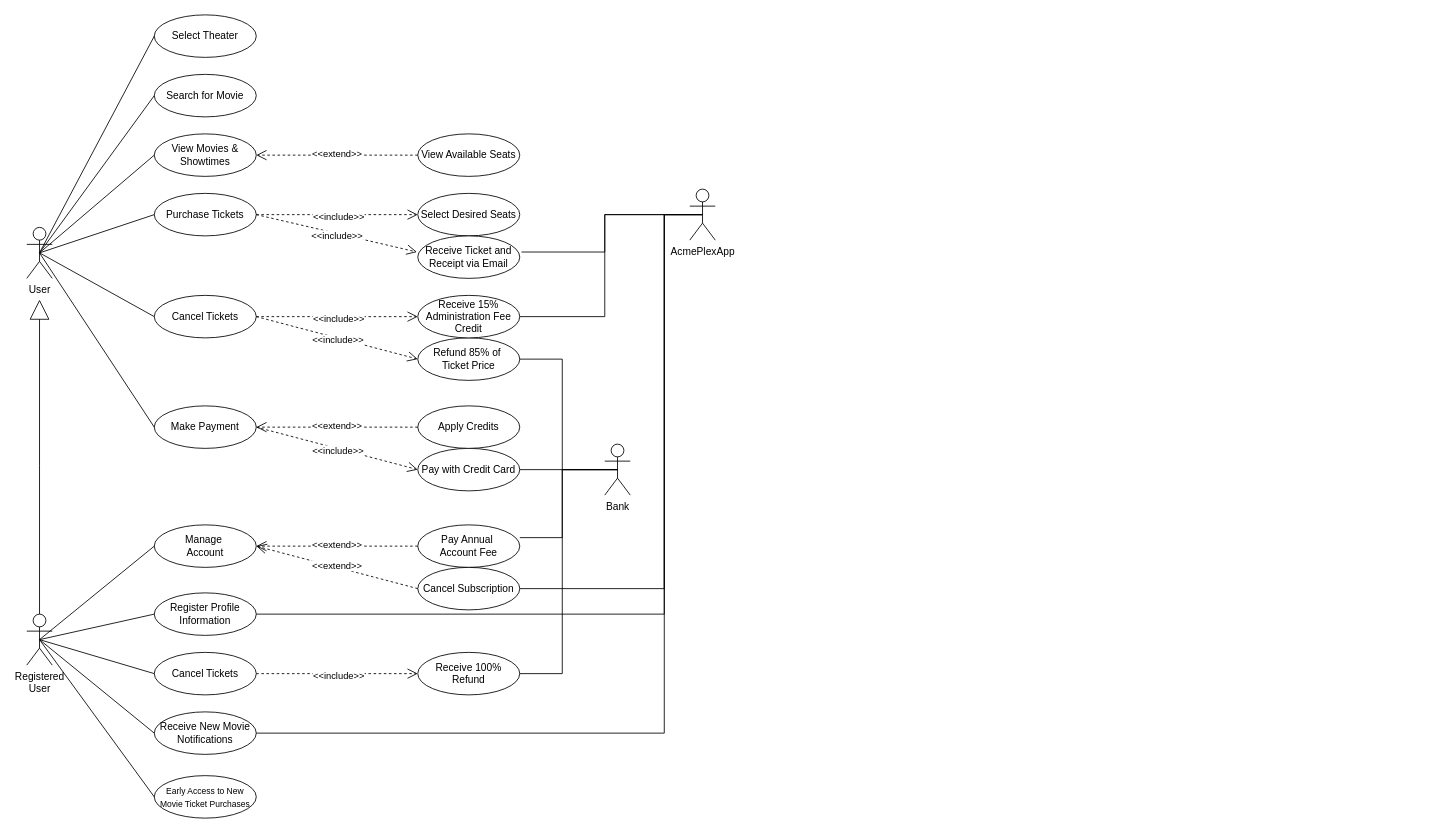
This is Use Case.drawio from AcmePlexApp/documents, a draw.io file, before an edit. Source tidied: cells renumbered, new cells numbered last; positions are measured from the earlier drawing's top-left corner, leaving out a move shared by most shapes. Both pictures are drawn from the tidied source at 85%, with x=0, y=0 at pixel (26, 14).
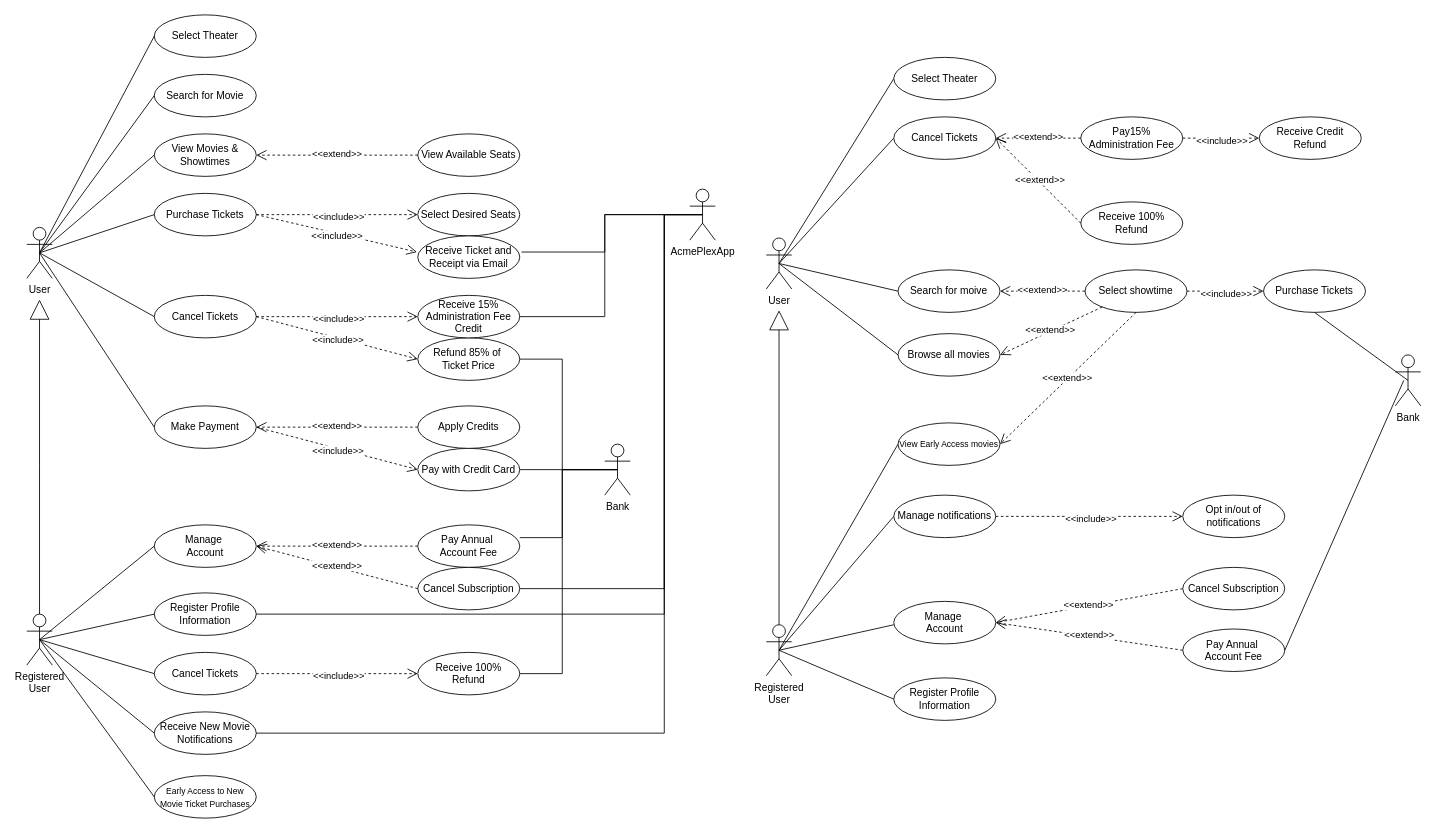
The same diagram, later.

What changed in the source:
```diff
@@
+    <mxCell id="68" style="endArrow=none;html=1;rounded=0;entryX=0.5;entryY=0.5;entryDx=0;entryDy=0;entryPerimeter=0;exitX=0;exitY=0.5;exitDx=0;exitDy=0;" parent="1" edge="1" source="112" target="77">
+      <mxGeometry relative="1" as="geometry" />
+    </mxCell>
+    <mxCell id="69" value="User" style="shape=umlActor;verticalLabelPosition=bottom;verticalAlign=top;html=1;outlineConnect=0;" parent="1" vertex="1">
+      <mxGeometry x="870" y="262.5" width="30" height="60" as="geometry" />
+    </mxCell>
+    <mxCell id="70" style="edgeStyle=orthogonalEdgeStyle;rounded=0;jettySize=auto;html=1;endArrow=block;endFill=0;endSize=21;" parent="1" edge="1" source="77">
+      <mxGeometry relative="1" as="geometry">
+        <mxPoint x="885" y="347.5" as="targetPoint" />
+      </mxGeometry>
+    </mxCell>
+    <mxCell id="71" style="endArrow=none;html=1;rounded=0;entryX=0.5;entryY=0.5;entryDx=0;entryDy=0;entryPerimeter=0;exitX=0;exitY=0.5;exitDx=0;exitDy=0;" parent="1" edge="1" source="79" target="69">
+      <mxGeometry relative="1" as="geometry" />
+    </mxCell>
+    <mxCell id="72" style="endArrow=none;html=1;rounded=0;entryX=0.5;entryY=0.5;entryDx=0;entryDy=0;entryPerimeter=0;exitX=0;exitY=0.5;exitDx=0;exitDy=0;" parent="1" edge="1" source="93" target="69">
+      <mxGeometry relative="1" as="geometry" />
+    </mxCell>
+    <mxCell id="73" style="endArrow=none;html=1;rounded=0;entryX=0.5;entryY=0.5;entryDx=0;entryDy=0;entryPerimeter=0;exitX=0;exitY=0.5;exitDx=0;exitDy=0;" parent="1" edge="1" source="90" target="69">
+      <mxGeometry relative="1" as="geometry" />
+    </mxCell>
+    <mxCell id="74" style="endArrow=none;html=1;rounded=0;entryX=0.5;entryY=0.5;entryDx=0;entryDy=0;entryPerimeter=0;exitX=0;exitY=0.5;exitDx=0;exitDy=0;" parent="1" edge="1" target="77">
+      <mxGeometry relative="1" as="geometry">
+        <mxPoint x="1020" y="717.5" as="sourcePoint" />
+      </mxGeometry>
+    </mxCell>
+    <mxCell id="75" style="endArrow=none;html=1;rounded=0;entryX=0.5;entryY=0.5;entryDx=0;entryDy=0;entryPerimeter=0;exitX=0;exitY=0.5;exitDx=0;exitDy=0;" parent="1" edge="1" source="105" target="77">
+      <mxGeometry relative="1" as="geometry" />
+    </mxCell>
+    <mxCell id="76" style="endArrow=none;html=1;rounded=0;exitX=0;exitY=0.5;exitDx=0;exitDy=0;entryX=0.5;entryY=0.5;entryDx=0;entryDy=0;entryPerimeter=0;" parent="1" edge="1" source="113" target="77">
+      <mxGeometry relative="1" as="geometry" />
+    </mxCell>
+    <mxCell id="77" value="Registered&lt;div&gt;User&lt;/div&gt;" style="shape=umlActor;verticalLabelPosition=bottom;verticalAlign=top;html=1;outlineConnect=0;" parent="1" vertex="1">
+      <mxGeometry x="870" y="717.5" width="30" height="60" as="geometry" />
+    </mxCell>
+    <mxCell id="78" style="endArrow=none;html=1;rounded=0;exitX=0.5;exitY=0.5;exitDx=0;exitDy=0;exitPerimeter=0;entryX=0;entryY=0.5;entryDx=0;entryDy=0;" parent="1" edge="1" source="69" target="89">
+      <mxGeometry relative="1" as="geometry" />
+    </mxCell>
+    <mxCell id="79" value="Select Theater" style="ellipse;whiteSpace=wrap;html=1;" parent="1" vertex="1">
+      <mxGeometry x="1020" y="50" width="120" height="50" as="geometry" />
+    </mxCell>
+    <mxCell id="80" value="Bank" style="shape=umlActor;verticalLabelPosition=bottom;verticalAlign=top;html=1;outlineConnect=0;" parent="1" vertex="1">
+      <mxGeometry x="1610" y="400" width="30" height="60" as="geometry" />
+    </mxCell>
+    <mxCell id="81" value="Opt in/out of notifications" style="ellipse;whiteSpace=wrap;html=1;" parent="1" vertex="1">
+      <mxGeometry x="1360" y="565" width="120" height="50" as="geometry" />
+    </mxCell>
+    <mxCell id="82" value="Manage&amp;nbsp;&lt;div&gt;Account&lt;/div&gt;" style="ellipse;whiteSpace=wrap;html=1;" parent="1" vertex="1">
+      <mxGeometry x="1020" y="690" width="120" height="50" as="geometry" />
+    </mxCell>
+    <mxCell id="83" style="endArrow=open;dashed=1;html=1;rounded=0;exitX=0;exitY=0.5;exitDx=0;exitDy=0;entryX=1;entryY=0.5;entryDx=0;entryDy=0;startArrow=none;startFill=0;endFill=0;endSize=10;" parent="1" edge="1" source="87">
+      <mxGeometry relative="1" as="geometry">
+        <mxPoint x="1140" y="715" as="targetPoint" />
+      </mxGeometry>
+    </mxCell>
+    <mxCell id="84" value="&amp;lt;&amp;lt;extend&amp;gt;&amp;gt;" style="edgeLabel;html=1;align=center;verticalAlign=middle;" parent="83" vertex="1">
+      <mxGeometry x="0.01" y="-2" relative="1" as="geometry" />
+    </mxCell>
+    <mxCell id="85" style="endArrow=open;dashed=1;html=1;rounded=0;exitX=0;exitY=0.5;exitDx=0;exitDy=0;entryX=1;entryY=0.5;entryDx=0;entryDy=0;startArrow=none;startFill=0;endFill=0;endSize=10;" parent="1" edge="1" source="88">
+      <mxGeometry relative="1" as="geometry">
+        <mxPoint x="1140" y="715" as="targetPoint" />
+      </mxGeometry>
+    </mxCell>
+    <mxCell id="86" value="&amp;lt;&amp;lt;extend&amp;gt;&amp;gt;" style="edgeLabel;html=1;align=center;verticalAlign=middle;" parent="85" vertex="1">
+      <mxGeometry x="0.01" y="-2" relative="1" as="geometry" />
+    </mxCell>
+    <mxCell id="87" value="Pay Annual&amp;nbsp;&lt;div&gt;Account Fee&lt;/div&gt;" style="ellipse;whiteSpace=wrap;html=1;" parent="1" vertex="1">
+      <mxGeometry x="1360" y="722.5" width="120" height="50" as="geometry" />
+    </mxCell>
+    <mxCell id="88" value="Cancel Subscription" style="ellipse;whiteSpace=wrap;html=1;" parent="1" vertex="1">
+      <mxGeometry x="1360" y="650" width="120" height="50" as="geometry" />
+    </mxCell>
+    <mxCell id="89" value="Search for moive" style="ellipse;whiteSpace=wrap;" parent="1" vertex="1">
+      <mxGeometry x="1025" y="300" width="120" height="50" as="geometry" />
+    </mxCell>
+    <mxCell id="90" value="Browse all movies" style="ellipse;whiteSpace=wrap;html=1;" parent="1" vertex="1">
+      <mxGeometry x="1025" y="375" width="120" height="50" as="geometry" />
+    </mxCell>
+    <mxCell id="91" value="Select showtime" style="ellipse;whiteSpace=wrap;html=1;" parent="1" vertex="1">
+      <mxGeometry x="1245" y="300" width="120" height="50" as="geometry" />
+    </mxCell>
+    <mxCell id="92" value="Purchase Tickets" style="ellipse;whiteSpace=wrap;html=1;" parent="1" vertex="1">
+      <mxGeometry x="1455" y="300" width="120" height="50" as="geometry" />
+    </mxCell>
+    <mxCell id="93" value="Cancel Tickets" style="ellipse;whiteSpace=wrap;html=1;" parent="1" vertex="1">
+      <mxGeometry x="1020" y="120" width="120" height="50" as="geometry" />
+    </mxCell>
+    <mxCell id="94" style="endArrow=open;dashed=1;html=1;rounded=0;exitX=0;exitY=0.5;exitDx=0;exitDy=0;entryX=1;entryY=0.5;entryDx=0;entryDy=0;startArrow=none;startFill=0;endFill=0;endSize=10;" parent="1" edge="1" source="91" target="89">
+      <mxGeometry relative="1" as="geometry" />
+    </mxCell>
+    <mxCell id="95" value="&amp;lt;&amp;lt;extend&amp;gt;&amp;gt;" style="edgeLabel;html=1;align=center;verticalAlign=middle;" parent="94" vertex="1">
+      <mxGeometry x="0.01" y="-2" relative="1" as="geometry" />
+    </mxCell>
+    <mxCell id="96" style="endArrow=open;dashed=1;html=1;rounded=0;entryX=1;entryY=0.5;entryDx=0;entryDy=0;startArrow=none;startFill=0;endFill=0;endSize=10;" parent="1" edge="1" source="91" target="90">
+      <mxGeometry relative="1" as="geometry" />
+    </mxCell>
+    <mxCell id="97" value="&amp;lt;&amp;lt;extend&amp;gt;&amp;gt;" style="edgeLabel;html=1;align=center;verticalAlign=middle;" parent="96" vertex="1">
+      <mxGeometry x="0.01" y="-2" relative="1" as="geometry" />
+    </mxCell>
+    <mxCell id="98" style="endArrow=open;dashed=1;html=1;rounded=0;exitX=1;exitY=0.5;exitDx=0;exitDy=0;entryX=0;entryY=0.5;entryDx=0;entryDy=0;startArrow=none;startFill=0;endFill=0;endSize=10;" parent="1" edge="1" source="91" target="92">
+      <mxGeometry relative="1" as="geometry" />
+    </mxCell>
+    <mxCell id="99" value="&amp;lt;&amp;lt;include&amp;gt;&amp;gt;" style="edgeLabel;html=1;align=center;verticalAlign=middle;" parent="98" vertex="1">
+      <mxGeometry x="0.01" y="-2" relative="1" as="geometry" />
+    </mxCell>
+    <mxCell id="100" value="Pay15% Administration Fee" style="ellipse;whiteSpace=wrap;html=1;" parent="1" vertex="1">
+      <mxGeometry x="1240" y="120" width="120" height="50" as="geometry" />
+    </mxCell>
+    <mxCell id="101" value="Receive 100% Refund" style="ellipse;whiteSpace=wrap;html=1;" parent="1" vertex="1">
+      <mxGeometry x="1240" y="220" width="120" height="50" as="geometry" />
+    </mxCell>
+    <mxCell id="102" value="Receive Credit&lt;div&gt;Refund&lt;/div&gt;" style="ellipse;whiteSpace=wrap;html=1;" parent="1" vertex="1">
+      <mxGeometry x="1450" y="120" width="120" height="50" as="geometry" />
+    </mxCell>
+    <mxCell id="103" style="endArrow=open;dashed=1;html=1;rounded=0;exitX=1;exitY=0.5;exitDx=0;exitDy=0;startArrow=none;startFill=0;endFill=0;endSize=10;entryX=0;entryY=0.5;entryDx=0;entryDy=0;" parent="1" edge="1" source="100" target="102">
+      <mxGeometry relative="1" as="geometry" />
+    </mxCell>
+    <mxCell id="104" value="&amp;lt;&amp;lt;include&amp;gt;&amp;gt;" style="edgeLabel;html=1;align=center;verticalAlign=middle;" parent="103" vertex="1">
+      <mxGeometry x="0.01" y="-2" relative="1" as="geometry" />
+    </mxCell>
+    <mxCell id="105" value="Manage notifications" style="ellipse;whiteSpace=wrap;html=1;" parent="1" vertex="1">
+      <mxGeometry x="1020" y="565" width="120" height="50" as="geometry" />
+    </mxCell>
+    <mxCell id="106" style="endArrow=open;dashed=1;html=1;rounded=0;exitX=1;exitY=0.5;exitDx=0;exitDy=0;entryX=0;entryY=0.5;entryDx=0;entryDy=0;startArrow=none;startFill=0;endFill=0;endSize=10;" parent="1" edge="1" source="105" target="81">
+      <mxGeometry relative="1" as="geometry" />
+    </mxCell>
+    <mxCell id="107" value="&amp;lt;&amp;lt;include&amp;gt;&amp;gt;" style="edgeLabel;html=1;align=center;verticalAlign=middle;" parent="106" vertex="1">
+      <mxGeometry x="0.01" y="-2" relative="1" as="geometry" />
+    </mxCell>
+    <mxCell id="108" style="endArrow=open;dashed=1;html=1;rounded=0;entryX=1;entryY=0.5;entryDx=0;entryDy=0;startArrow=none;startFill=0;endFill=0;endSize=10;exitX=0;exitY=0.5;exitDx=0;exitDy=0;" parent="1" edge="1" source="100" target="93">
+      <mxGeometry relative="1" as="geometry" />
+    </mxCell>
+    <mxCell id="109" value="&amp;lt;&amp;lt;extend&amp;gt;&amp;gt;" style="edgeLabel;html=1;align=center;verticalAlign=middle;" parent="108" vertex="1">
+      <mxGeometry x="0.01" y="-2" relative="1" as="geometry" />
+    </mxCell>
+    <mxCell id="110" style="endArrow=open;dashed=1;html=1;rounded=0;entryX=1;entryY=0.5;entryDx=0;entryDy=0;startArrow=none;startFill=0;endFill=0;endSize=10;exitX=0;exitY=0.5;exitDx=0;exitDy=0;" parent="1" edge="1" source="101" target="93">
+      <mxGeometry relative="1" as="geometry" />
+    </mxCell>
+    <mxCell id="111" value="&amp;lt;&amp;lt;extend&amp;gt;&amp;gt;" style="edgeLabel;html=1;align=center;verticalAlign=middle;" parent="110" vertex="1">
+      <mxGeometry x="0.01" y="-2" relative="1" as="geometry" />
+    </mxCell>
+    <mxCell id="112" value="Register Profile Information" style="ellipse;whiteSpace=wrap;html=1;" parent="1" vertex="1">
+      <mxGeometry x="1020" y="780" width="120" height="50" as="geometry" />
+    </mxCell>
+    <mxCell id="113" value="&lt;font style=&quot;font-size: 10px;&quot;&gt;View Early Access movies&lt;/font&gt;" style="ellipse;whiteSpace=wrap;html=1;" parent="1" vertex="1">
+      <mxGeometry x="1025" y="480" width="120" height="50" as="geometry" />
+    </mxCell>
+    <mxCell id="114" style="endArrow=open;dashed=1;html=1;rounded=0;entryX=1;entryY=0.5;entryDx=0;entryDy=0;startArrow=none;startFill=0;endFill=0;endSize=10;exitX=0.5;exitY=1;exitDx=0;exitDy=0;" parent="1" edge="1" source="91" target="113">
+      <mxGeometry relative="1" as="geometry" />
+    </mxCell>
+    <mxCell id="115" value="&amp;lt;&amp;lt;extend&amp;gt;&amp;gt;" style="edgeLabel;html=1;align=center;verticalAlign=middle;" parent="114" vertex="1">
+      <mxGeometry x="0.01" y="-2" relative="1" as="geometry" />
+    </mxCell>
+    <mxCell id="116" style="endArrow=none;html=1;rounded=0;exitX=0.5;exitY=1;exitDx=0;exitDy=0;entryX=0.5;entryY=0.5;entryDx=0;entryDy=0;entryPerimeter=0;" parent="1" edge="1" source="92" target="80">
+      <mxGeometry relative="1" as="geometry" />
+    </mxCell>
+    <mxCell id="117" style="endArrow=none;html=1;rounded=0;exitX=1;exitY=0.5;exitDx=0;exitDy=0;" parent="1" edge="1" source="87">
+      <mxGeometry relative="1" as="geometry">
+        <mxPoint x="1620" y="430" as="targetPoint" />
+      </mxGeometry>
+    </mxCell>
```
